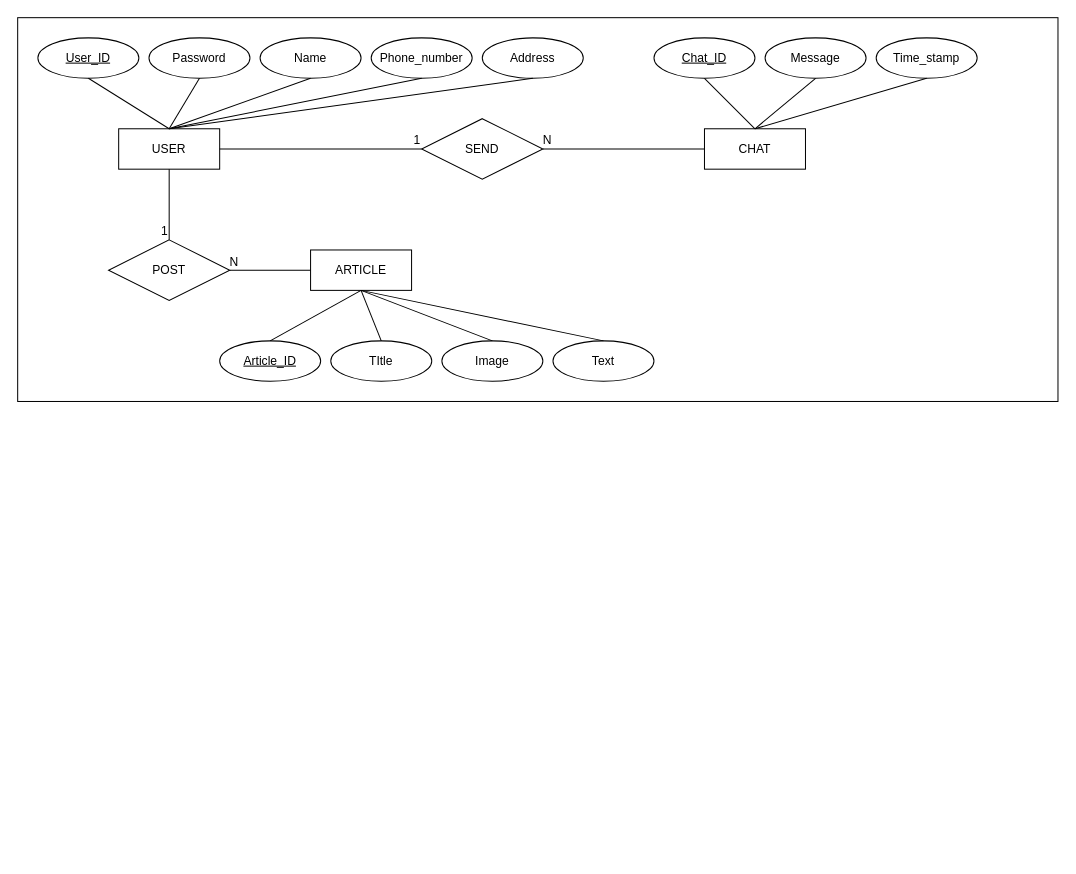
Above: Design/Data/EntityRelationshipDiagram.drawio in wjdfo/softwareDesign (draw.io), before the change. Source tidied: cells renumbered, new cells numbered last; positions are measured from the earlier drawing's top-left corner, leaving out a move shared by most shapes. Both pictures are drawn from the tidied source at 101%, with x=0, y=0 at pixel (17, 17).
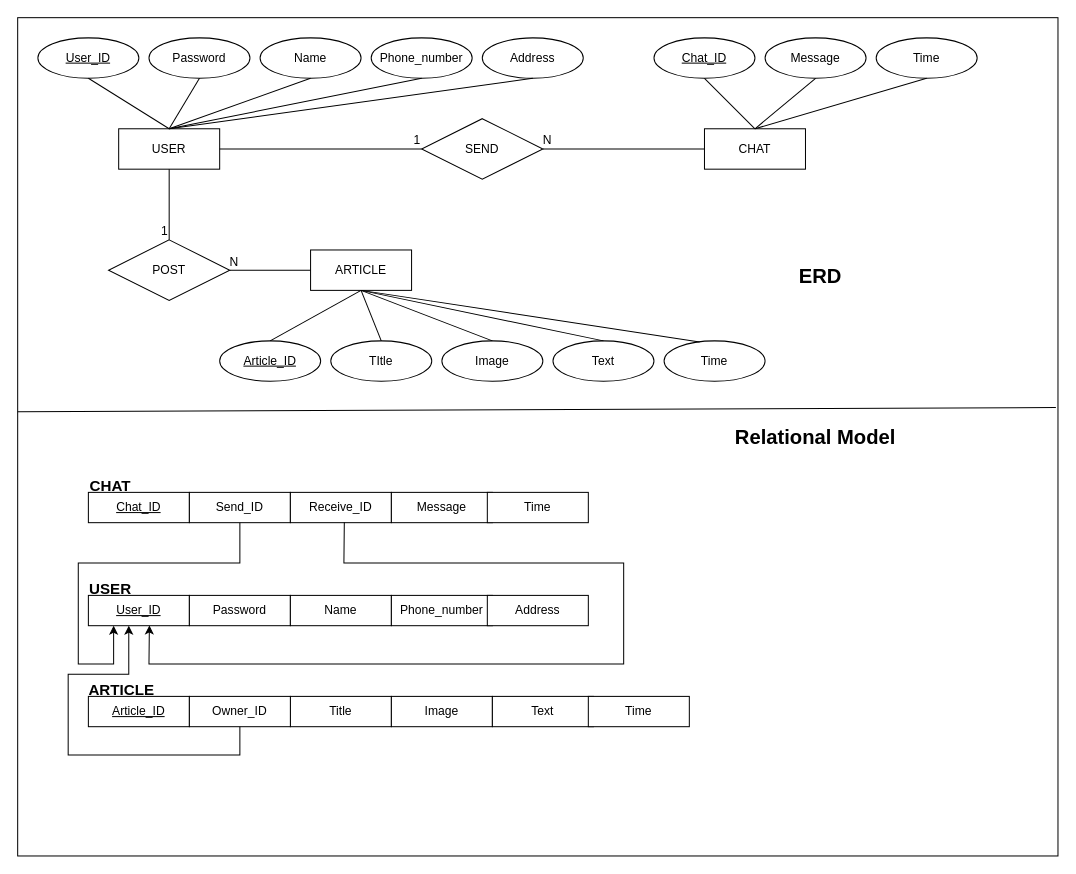
The same page after the edit.

Commit message:
Docs: relational model

The change refers to these unchanged cells:
```xml
<mxCell id="5" value="ARTICLE" style="whiteSpace=wrap;html=1;align=center;" parent="1" vertex="1">
  <mxGeometry x="290" y="230" width="100" height="40" as="geometry" />
</mxCell>
```

Change to the diagram source:
```diff
@@
     <mxCell id="2" style="rounded=0;whiteSpace=wrap;html=1;" parent="1" vertex="1">
-      <mxGeometry width="1030" height="380" as="geometry" />
+      <mxGeometry width="1030" height="830" as="geometry" />
     </mxCell>
@@
-    <mxCell id="28" value="Time_stamp" style="ellipse;whiteSpace=wrap;html=1;align=center;" parent="1" vertex="1">
+    <mxCell id="28" value="Time" style="ellipse;whiteSpace=wrap;html=1;align=center;" parent="1" vertex="1">
       <mxGeometry x="850" y="20" width="100" height="40" as="geometry" />
     </mxCell>
@@
+    <mxCell id="40" value="&lt;b&gt;&lt;font style=&quot;font-size: 20px;&quot;&gt;ERD&lt;/font&gt;&lt;/b&gt;" style="text;html=1;align=center;verticalAlign=middle;whiteSpace=wrap;rounded=0;" parent="1" vertex="1">
+      <mxGeometry x="720" y="210" width="150" height="90" as="geometry" />
+    </mxCell>
+    <mxCell id="41" style="endArrow=none;html=1;rounded=0;exitX=0;exitY=0.47;exitDx=0;exitDy=0;exitPerimeter=0;entryX=0.998;entryY=0.465;entryDx=0;entryDy=0;entryPerimeter=0;" parent="1" edge="1" source="2" target="2">
+      <mxGeometry relative="1" as="geometry" />
+    </mxCell>
+    <mxCell id="42" value="&lt;b&gt;&lt;font style=&quot;font-size: 20px;&quot;&gt;Relational Model&lt;/font&gt;&lt;/b&gt;" style="text;html=1;align=center;verticalAlign=middle;whiteSpace=wrap;rounded=0;" parent="1" vertex="1">
+      <mxGeometry x="690" y="370" width="200" height="90" as="geometry" />
+    </mxCell>
+    <mxCell id="43" value="&lt;u&gt;Chat_ID&lt;/u&gt;" style="rounded=0;whiteSpace=wrap;html=1;" parent="1" vertex="1">
+      <mxGeometry x="70" y="470" width="100" height="30" as="geometry" />
+    </mxCell>
+    <mxCell id="44" value="Send_ID" style="rounded=0;whiteSpace=wrap;html=1;" parent="1" vertex="1">
+      <mxGeometry x="170" y="470" width="100" height="30" as="geometry" />
+    </mxCell>
+    <mxCell id="45" value="Receive_ID" style="rounded=0;whiteSpace=wrap;html=1;" parent="1" vertex="1">
+      <mxGeometry x="270" y="470" width="100" height="30" as="geometry" />
+    </mxCell>
+    <mxCell id="46" value="Message" style="rounded=0;whiteSpace=wrap;html=1;" parent="1" vertex="1">
+      <mxGeometry x="370" y="470" width="100" height="30" as="geometry" />
+    </mxCell>
+    <mxCell id="47" value="Time" style="rounded=0;whiteSpace=wrap;html=1;" parent="1" vertex="1">
+      <mxGeometry x="465" y="470" width="100" height="30" as="geometry" />
+    </mxCell>
+    <mxCell id="48" value="&lt;b&gt;&lt;font style=&quot;font-size: 15px;&quot;&gt;CHAT&lt;/font&gt;&lt;/b&gt;" style="text;html=1;align=center;verticalAlign=middle;whiteSpace=wrap;rounded=0;" parent="1" vertex="1">
+      <mxGeometry x="62" y="448" width="60" height="30" as="geometry" />
+    </mxCell>
+    <mxCell id="49" value="&lt;u&gt;User_ID&lt;/u&gt;" style="rounded=0;whiteSpace=wrap;html=1;" parent="1" vertex="1">
+      <mxGeometry x="70" y="572" width="100" height="30" as="geometry" />
+    </mxCell>
+    <mxCell id="50" value="Password" style="rounded=0;whiteSpace=wrap;html=1;" parent="1" vertex="1">
+      <mxGeometry x="170" y="572" width="100" height="30" as="geometry" />
+    </mxCell>
+    <mxCell id="51" value="Name" style="rounded=0;whiteSpace=wrap;html=1;" parent="1" vertex="1">
+      <mxGeometry x="270" y="572" width="100" height="30" as="geometry" />
+    </mxCell>
+    <mxCell id="52" value="Phone_number" style="rounded=0;whiteSpace=wrap;html=1;" parent="1" vertex="1">
+      <mxGeometry x="370" y="572" width="100" height="30" as="geometry" />
+    </mxCell>
+    <mxCell id="53" value="Address" style="rounded=0;whiteSpace=wrap;html=1;" parent="1" vertex="1">
+      <mxGeometry x="465" y="572" width="100" height="30" as="geometry" />
+    </mxCell>
+    <mxCell id="54" value="&lt;span style=&quot;font-size: 15px;&quot;&gt;&lt;b&gt;USER&lt;/b&gt;&lt;/span&gt;" style="text;html=1;align=center;verticalAlign=middle;whiteSpace=wrap;rounded=0;" parent="1" vertex="1">
+      <mxGeometry x="62" y="550" width="60" height="30" as="geometry" />
+    </mxCell>
+    <mxCell id="55" value="&lt;u&gt;Article_ID&lt;/u&gt;" style="rounded=0;whiteSpace=wrap;html=1;" parent="1" vertex="1">
+      <mxGeometry x="70" y="672" width="100" height="30" as="geometry" />
+    </mxCell>
+    <mxCell id="56" value="Title" style="rounded=0;whiteSpace=wrap;html=1;" parent="1" vertex="1">
+      <mxGeometry x="270" y="672" width="100" height="30" as="geometry" />
+    </mxCell>
+    <mxCell id="57" value="Image" style="rounded=0;whiteSpace=wrap;html=1;" parent="1" vertex="1">
+      <mxGeometry x="370" y="672" width="100" height="30" as="geometry" />
+    </mxCell>
+    <mxCell id="58" value="Text" style="rounded=0;whiteSpace=wrap;html=1;" parent="1" vertex="1">
+      <mxGeometry x="470" y="672" width="100" height="30" as="geometry" />
+    </mxCell>
+    <mxCell id="59" value="Time" style="rounded=0;whiteSpace=wrap;html=1;" parent="1" vertex="1">
+      <mxGeometry x="565" y="672" width="100" height="30" as="geometry" />
+    </mxCell>
+    <mxCell id="60" value="&lt;b&gt;&lt;font style=&quot;font-size: 15px;&quot;&gt;ARTICLE&lt;/font&gt;&lt;/b&gt;" style="text;html=1;align=center;verticalAlign=middle;whiteSpace=wrap;rounded=0;" parent="1" vertex="1">
+      <mxGeometry x="73" y="650" width="60" height="30" as="geometry" />
+    </mxCell>
+    <mxCell id="61" style="endArrow=classic;html=1;rounded=0;entryX=0.604;entryY=0.99;entryDx=0;entryDy=0;entryPerimeter=0;exitX=0.534;exitY=0.983;exitDx=0;exitDy=0;exitPerimeter=0;" parent="1" edge="1" source="45" target="49">
+      <mxGeometry relative="1" as="geometry">
+        <Array as="points">
+          <mxPoint x="323" y="540" />
+          <mxPoint x="600" y="540" />
+          <mxPoint x="600" y="640" />
+          <mxPoint x="130" y="640" />
+        </Array>
+      </mxGeometry>
+    </mxCell>
+    <mxCell id="62" style="endArrow=classic;html=1;rounded=0;exitX=0.5;exitY=1;exitDx=0;exitDy=0;entryX=0.25;entryY=1;entryDx=0;entryDy=0;" parent="1" edge="1" source="44" target="49">
+      <mxGeometry relative="1" as="geometry">
+        <Array as="points">
+          <mxPoint x="220" y="540" />
+          <mxPoint x="60" y="540" />
+          <mxPoint x="60" y="640" />
+          <mxPoint x="95" y="640" />
+        </Array>
+      </mxGeometry>
+    </mxCell>
+    <mxCell id="63" value="Owner_ID" style="rounded=0;whiteSpace=wrap;html=1;" parent="1" vertex="1">
+      <mxGeometry x="170" y="672" width="100" height="30" as="geometry" />
+    </mxCell>
+    <mxCell id="64" style="endArrow=classic;html=1;rounded=0;exitX=0.5;exitY=1;exitDx=0;exitDy=0;entryX=0.4;entryY=1;entryDx=0;entryDy=0;entryPerimeter=0;" parent="1" edge="1" source="63" target="49">
+      <mxGeometry relative="1" as="geometry">
+        <Array as="points">
+          <mxPoint x="220" y="730" />
+          <mxPoint x="50" y="730" />
+          <mxPoint x="50" y="650" />
+          <mxPoint x="110" y="650" />
+        </Array>
+      </mxGeometry>
+    </mxCell>
+    <mxCell id="65" value="Time" style="ellipse;whiteSpace=wrap;html=1;align=center;" parent="1" vertex="1">
+      <mxGeometry x="640" y="320" width="100" height="40" as="geometry" />
+    </mxCell>
+    <mxCell id="66" style="endArrow=none;html=1;rounded=0;exitX=0.352;exitY=0.029;exitDx=0;exitDy=0;entryX=0.5;entryY=1;entryDx=0;entryDy=0;exitPerimeter=0;" parent="1" edge="1" source="65" target="5">
+      <mxGeometry relative="1" as="geometry" />
+    </mxCell>
```
